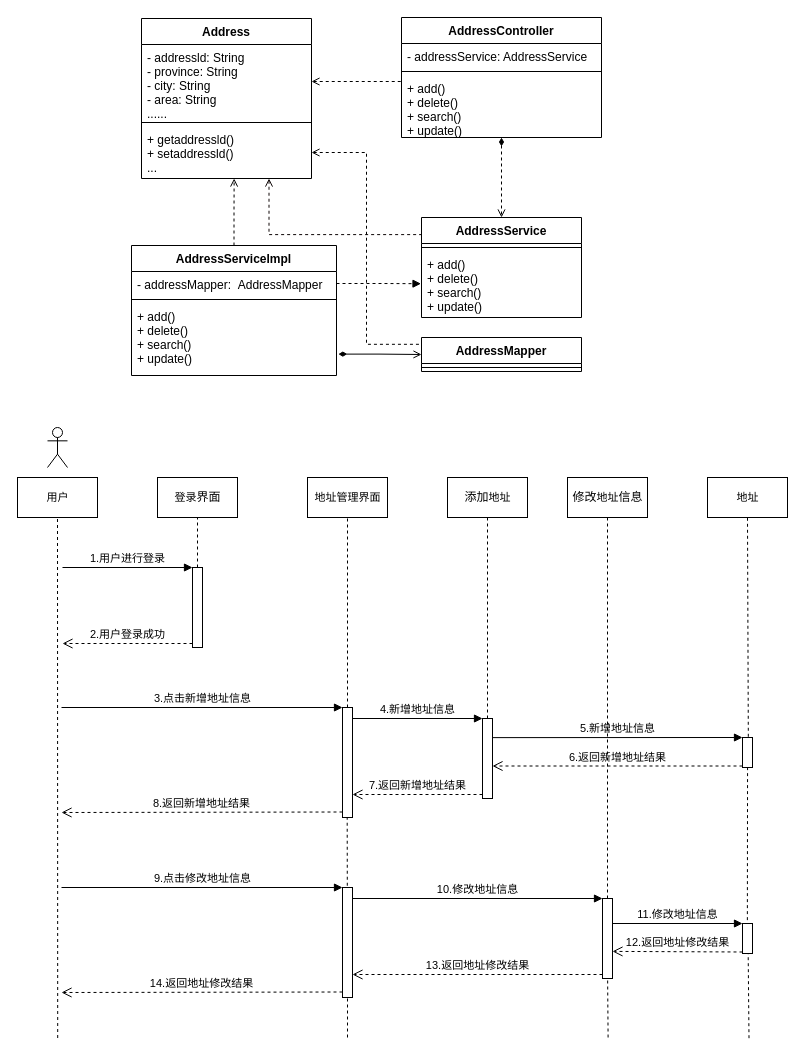
Above: page "Page-26" (21 of 23) of Untitled Diagram.drawio in hongkingking/hkk (draw.io), before the change. Source tidied: cells renumbered, new cells numbered last; positions are measured from the earlier drawing's top-left corner, leaving out a move shared by most shapes. Both pictures are drawn from the tidied source at 100%, with x=0, y=0 at pixel (17, 17).
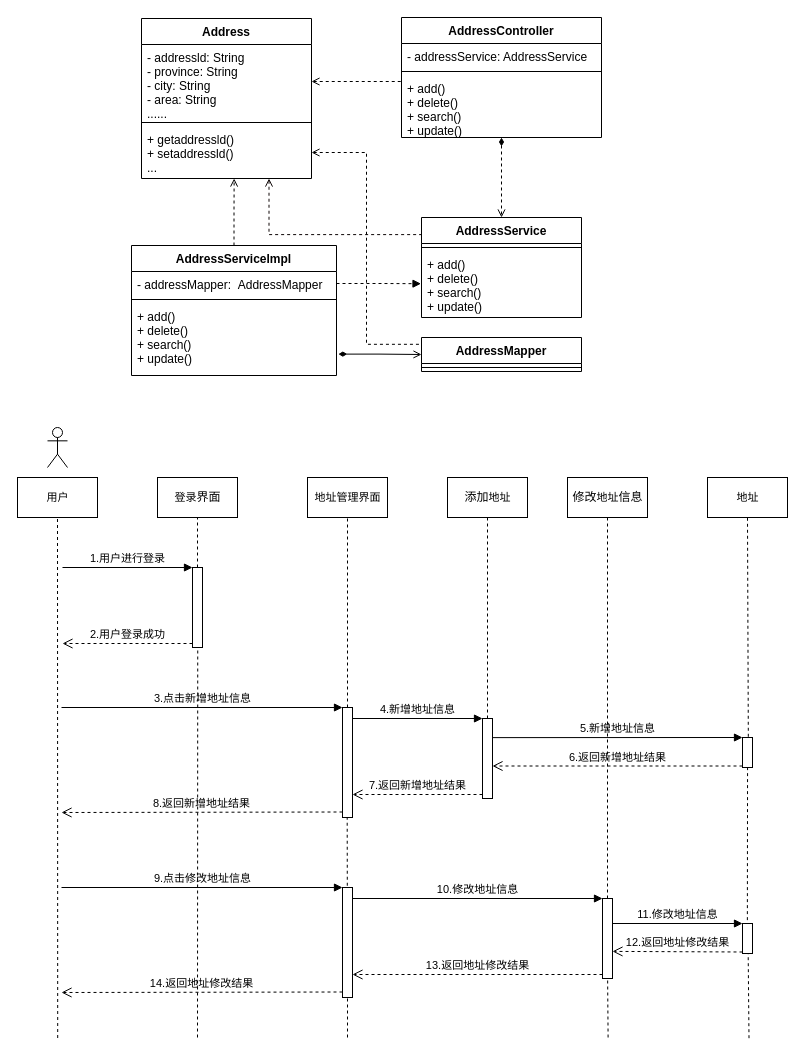
After the change.

The change refers to these unchanged cells:
```xml
<mxCell id="32" style="html=1;points=[];perimeter=orthogonalPerimeter;strokeWidth=1;" parent="1" vertex="1">
  <mxGeometry x="175" y="550" width="10" height="80" as="geometry" />
</mxCell>
```

Diff of the diagram source:
```diff
@@
+    <mxCell id="66" style="endArrow=none;dashed=1;html=1;rounded=0;entryX=0.524;entryY=1.023;entryDx=0;entryDy=0;entryPerimeter=0;" parent="1" edge="1" target="32">
+      <mxGeometry relative="1" as="geometry">
+        <mxPoint x="180" y="1020" as="sourcePoint" />
+      </mxGeometry>
+    </mxCell>
```
